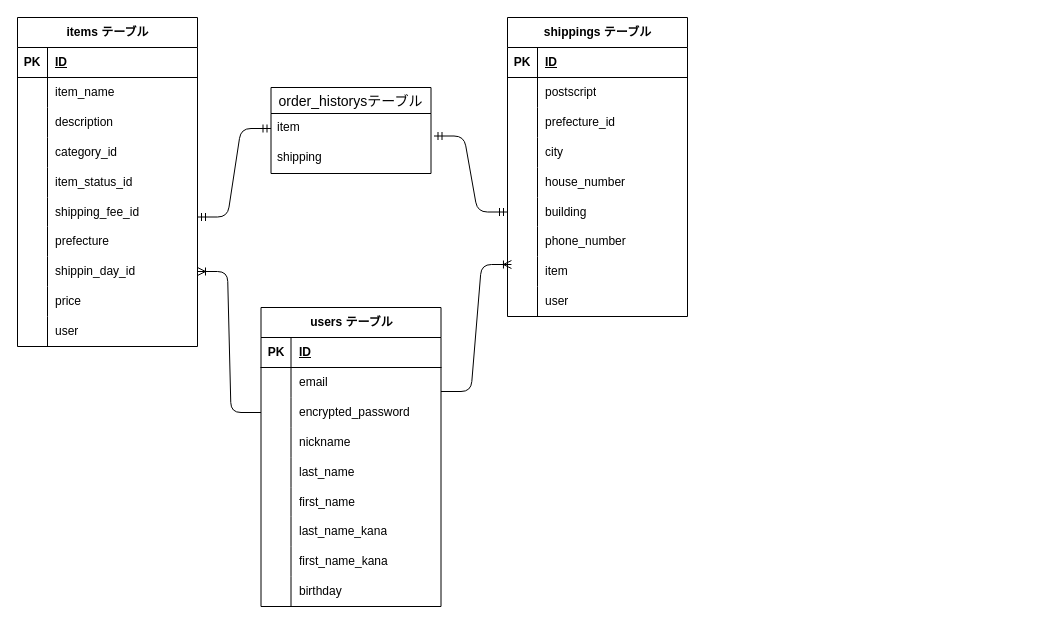
This is public/data_definition.dio from chako0630/furima-46548, a draw.io file, before an edit. Source tidied: cells renumbered, new cells numbered last; positions are measured from the earlier drawing's top-left corner, leaving out a move shared by most shapes. Both pictures are drawn from the tidied source at 100%, with x=0, y=0 at pixel (17, 17).
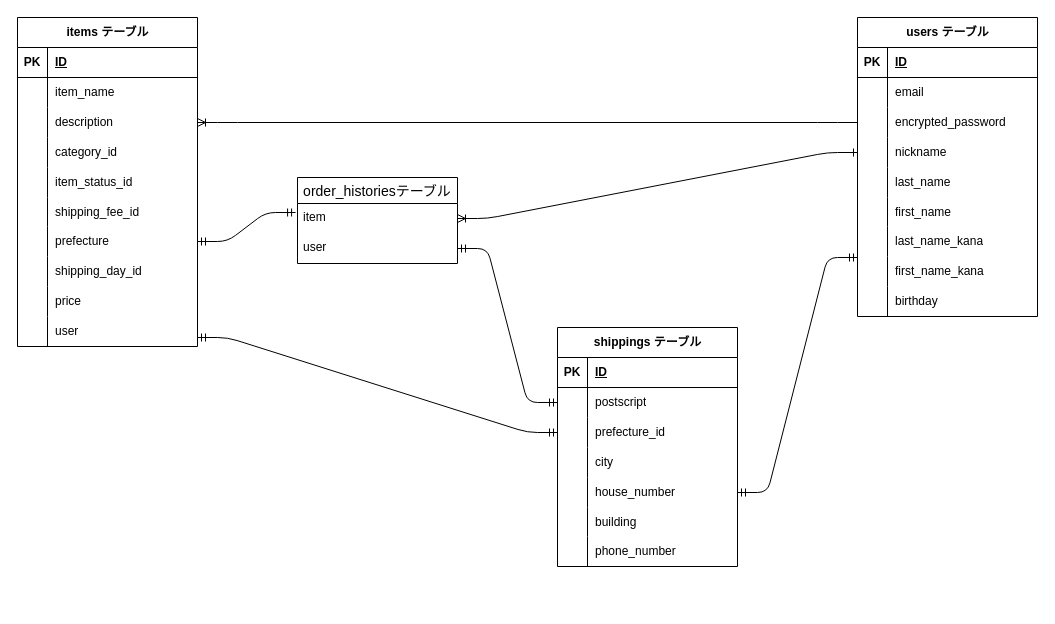
The same diagram, later.

The change refers to these unchanged cells:
```xml
<mxCell id="9" style="shape=tableRow;horizontal=0;startSize=0;swimlaneHead=0;swimlaneBody=0;fillColor=none;points=[[0,0.5],[1,0.5]];portConstraint=eastwest;top=0;left=0;right=0;bottom=0;" parent="2" vertex="1">
  <mxGeometry y="90" width="180" height="30" as="geometry" />
</mxCell>
<mxCell id="21" style="shape=tableRow;horizontal=0;startSize=0;swimlaneHead=0;swimlaneBody=0;fillColor=none;points=[[0,0.5],[1,0.5]];portConstraint=eastwest;top=0;left=0;right=0;bottom=0;" parent="2" vertex="1">
  <mxGeometry y="209" width="180" height="30" as="geometry" />
</mxCell>
<mxCell id="24" style="shape=tableRow;horizontal=0;startSize=0;swimlaneHead=0;swimlaneBody=0;fillColor=none;points=[[0,0.5],[1,0.5]];portConstraint=eastwest;top=0;left=0;right=0;bottom=0;" parent="2" vertex="1">
  <mxGeometry y="239" width="180" height="30" as="geometry" />
</mxCell>
<mxCell id="40" style="shape=tableRow;horizontal=0;startSize=0;swimlaneHead=0;swimlaneBody=0;fillColor=none;points=[[0,0.5],[1,0.5]];portConstraint=eastwest;top=0;left=0;right=0;bottom=0;" parent="33" vertex="1">
  <mxGeometry y="90" width="180" height="30" as="geometry" />
</mxCell>
<mxCell id="43" style="shape=tableRow;horizontal=0;startSize=0;swimlaneHead=0;swimlaneBody=0;fillColor=none;points=[[0,0.5],[1,0.5]];portConstraint=eastwest;top=0;left=0;right=0;bottom=0;" parent="33" vertex="1">
  <mxGeometry y="120" width="180" height="30" as="geometry" />
</mxCell>
<mxCell id="55" style="shape=tableRow;horizontal=0;startSize=0;swimlaneHead=0;swimlaneBody=0;fillColor=none;points=[[0,0.5],[1,0.5]];portConstraint=eastwest;top=0;left=0;right=0;bottom=0;" parent="33" vertex="1">
  <mxGeometry y="239" width="180" height="30" as="geometry" />
</mxCell>
<mxCell id="65" style="shape=tableRow;horizontal=0;startSize=0;swimlaneHead=0;swimlaneBody=0;fillColor=none;points=[[0,0.5],[1,0.5]];portConstraint=eastwest;top=0;left=0;right=0;bottom=0;" parent="61" vertex="1">
  <mxGeometry y="60" width="180" height="30" as="geometry" />
</mxCell>
<mxCell id="68" style="shape=tableRow;horizontal=0;startSize=0;swimlaneHead=0;swimlaneBody=0;fillColor=none;points=[[0,0.5],[1,0.5]];portConstraint=eastwest;top=0;left=0;right=0;bottom=0;" parent="61" vertex="1">
  <mxGeometry y="90" width="180" height="30" as="geometry" />
</mxCell>
<mxCell id="74" style="shape=tableRow;horizontal=0;startSize=0;swimlaneHead=0;swimlaneBody=0;fillColor=none;points=[[0,0.5],[1,0.5]];portConstraint=eastwest;top=0;left=0;right=0;bottom=0;" parent="61" vertex="1">
  <mxGeometry y="150" width="180" height="30" as="geometry" />
</mxCell>
<mxCell id="77" style="shape=tableRow;horizontal=0;startSize=0;swimlaneHead=0;swimlaneBody=0;fillColor=none;points=[[0,0.5],[1,0.5]];portConstraint=eastwest;top=0;left=0;right=0;bottom=0;" parent="61" vertex="1">
  <mxGeometry y="180" width="180" height="29" as="geometry" />
</mxCell>
<mxCell id="90" value="item" style="text;strokeColor=none;fillColor=none;spacingLeft=4;spacingRight=4;overflow=hidden;points=[[0,0.5],[1,0.5]];portConstraint=eastwest;fontSize=12;whiteSpace=wrap;html=1;" parent="89" vertex="1">
  <mxGeometry y="26" width="160" height="30" as="geometry" />
</mxCell>
```

Change to the diagram source:
```diff
@@
-    <mxCell id="26" value="shippin_day_id" style="shape=partialRectangle;fillColor=none;top=0;left=0;bottom=0;right=0;align=left;spacingLeft=6;overflow=hidden;whiteSpace=wrap;html=1;" parent="24" vertex="1">
+    <mxCell id="26" value="shipping_day_id" style="shape=partialRectangle;fillColor=none;top=0;left=0;bottom=0;right=0;align=left;spacingLeft=6;overflow=hidden;whiteSpace=wrap;html=1;" parent="24" vertex="1">
       <mxGeometry x="30" width="150" height="30" as="geometry" />
     </mxCell>
@@
     <mxCell id="33" value="users テーブル" style="shape=table;startSize=30;childLayout=tableLayout;rowLines=0;fontStyle=1;align=center;html=1;" parent="1" vertex="1">
-      <mxGeometry x="243.5" y="290" width="180" height="299" as="geometry" />
+      <mxGeometry x="840" width="180" height="299" as="geometry" />
     </mxCell>
@@
     <mxCell id="61" value="shippings テーブル" style="shape=table;startSize=30;childLayout=tableLayout;rowLines=0;fontStyle=1;align=center;html=1;" parent="1" vertex="1">
-      <mxGeometry x="490" width="180" height="299" as="geometry" />
+      <mxGeometry x="540" y="310" width="180" height="239" as="geometry" />
     </mxCell>
@@
-    <mxCell id="83" style="shape=tableRow;horizontal=0;startSize=0;swimlaneHead=0;swimlaneBody=0;fillColor=none;points=[[0,0.5],[1,0.5]];portConstraint=eastwest;top=0;left=0;right=0;bottom=0;" parent="61" vertex="1">
-      <mxGeometry y="239" width="180" height="30" as="geometry" />
-    </mxCell>
-    <mxCell id="84" style="shape=partialRectangle;fillColor=none;top=0;left=0;bottom=0;right=0;overflow=hidden;whiteSpace=wrap;html=1;" parent="83" vertex="1">
-      <mxGeometry width="30" height="30" as="geometry" />
-    </mxCell>
-    <mxCell id="85" value="item" style="shape=partialRectangle;fillColor=none;top=0;left=0;bottom=0;right=0;align=left;spacingLeft=6;overflow=hidden;whiteSpace=wrap;html=1;" parent="83" vertex="1">
-      <mxGeometry x="30" width="150" height="30" as="geometry" />
-    </mxCell>
-    <mxCell id="86" style="shape=tableRow;horizontal=0;startSize=0;swimlaneHead=0;swimlaneBody=0;fillColor=none;top=0;left=0;right=0;bottom=0;" parent="61" vertex="1">
-      <mxGeometry y="269" width="180" height="30" as="geometry" />
-    </mxCell>
-    <mxCell id="87" style="shape=partialRectangle;fillColor=none;top=0;left=0;bottom=0;right=0;overflow=hidden;whiteSpace=wrap;html=1;" parent="86" vertex="1">
-      <mxGeometry width="30" height="30" as="geometry" />
-    </mxCell>
-    <mxCell id="88" value="user" style="shape=partialRectangle;fillColor=none;top=0;left=0;bottom=0;right=0;align=left;spacingLeft=6;overflow=hidden;whiteSpace=wrap;html=1;" parent="86" vertex="1">
-      <mxGeometry x="30" width="150" height="30" as="geometry" />
-    </mxCell>
-    <mxCell id="89" value="order_historysテーブル" style="swimlane;fontStyle=0;horizontal=1;startSize=26;align=center;fontSize=14;" parent="1" vertex="1">
-      <mxGeometry x="253.5" y="70" width="160" height="86" as="geometry" />
+    <mxCell id="89" value="order_historiesテーブル" style="swimlane;fontStyle=0;horizontal=1;startSize=26;align=center;fontSize=14;" parent="1" vertex="1">
+      <mxGeometry x="280" y="160" width="160" height="86" as="geometry" />
     </mxCell>
@@
-    <mxCell id="91" value="shipping" style="text;strokeColor=none;fillColor=none;spacingLeft=4;spacingRight=4;overflow=hidden;points=[[0,0.5],[1,0.5]];portConstraint=eastwest;fontSize=12;whiteSpace=wrap;html=1;" parent="89" vertex="1">
+    <mxCell id="91" value="user" style="text;strokeColor=none;fillColor=none;spacingLeft=4;spacingRight=4;overflow=hidden;points=[[0,0.5],[1,0.5]];portConstraint=eastwest;fontSize=12;whiteSpace=wrap;html=1;" parent="89" vertex="1">
       <mxGeometry y="56" width="160" height="30" as="geometry" />
     </mxCell>
-    <mxCell id="92" style="edgeStyle=entityRelationEdgeStyle;fontSize=12;html=1;endArrow=ERoneToMany;exitX=0;exitY=0.5;exitDx=0;exitDy=0;" parent="1" edge="1" source="40" target="24">
+    <mxCell id="92" style="edgeStyle=entityRelationEdgeStyle;fontSize=12;html=1;endArrow=ERoneToMany;exitX=0;exitY=0.5;exitDx=0;exitDy=0;entryX=1;entryY=0.5;entryDx=0;entryDy=0;" parent="1" edge="1" source="40" target="9">
       <mxGeometry relative="1" as="geometry" />
     </mxCell>
-    <mxCell id="93" style="edgeStyle=entityRelationEdgeStyle;fontSize=12;html=1;endArrow=ERoneToMany;entryX=0.022;entryY=0.267;entryDx=0;entryDy=0;entryPerimeter=0;" parent="1" edge="1" target="83">
-      <mxGeometry relative="1" as="geometry">
-        <mxPoint x="423.5" y="374" as="sourcePoint" />
-      </mxGeometry>
+    <mxCell id="93" style="edgeStyle=entityRelationEdgeStyle;fontSize=12;html=1;endArrow=ERone;entryX=0;entryY=0.5;entryDx=0;entryDy=0;startArrow=ERoneToMany;startFill=0;endFill=0;exitX=1;exitY=0.5;exitDx=0;exitDy=0;" parent="1" edge="1" source="90" target="43">
+      <mxGeometry relative="1" as="geometry" />
     </mxCell>
-    <mxCell id="94" style="edgeStyle=entityRelationEdgeStyle;fontSize=12;html=1;endArrow=ERmandOne;startArrow=ERmandOne;entryX=0;entryY=0.5;entryDx=0;entryDy=0;" parent="1" edge="1" target="90">
-      <mxGeometry relative="1" as="geometry">
-        <mxPoint x="180" y="199.5" as="sourcePoint" />
-      </mxGeometry>
+    <mxCell id="94" style="edgeStyle=entityRelationEdgeStyle;fontSize=12;html=1;endArrow=ERmandOne;startArrow=ERmandOne;entryX=-0.012;entryY=0.3;entryDx=0;entryDy=0;entryPerimeter=0;exitX=1;exitY=0.5;exitDx=0;exitDy=0;" parent="1" edge="1" source="21" target="90">
+      <mxGeometry relative="1" as="geometry" />
     </mxCell>
-    <mxCell id="95" style="edgeStyle=entityRelationEdgeStyle;fontSize=12;html=1;endArrow=ERmandOne;startArrow=ERmandOne;entryX=0;entryY=0.5;entryDx=0;entryDy=0;" parent="1" edge="1" target="77">
-      <mxGeometry relative="1" as="geometry">
-        <mxPoint x="416.5" y="118.5" as="sourcePoint" />
-      </mxGeometry>
+    <mxCell id="95" style="edgeStyle=entityRelationEdgeStyle;fontSize=12;html=1;endArrow=ERmandOne;startArrow=ERmandOne;entryX=1;entryY=0.5;entryDx=0;entryDy=0;exitX=0;exitY=0.033;exitDx=0;exitDy=0;exitPerimeter=0;" parent="1" edge="1" source="55" target="74">
+      <mxGeometry relative="1" as="geometry" />
     </mxCell>
+    <mxCell id="96" style="edgeStyle=entityRelationEdgeStyle;fontSize=12;html=1;endArrow=ERmandOne;startArrow=ERmandOne;entryX=0;entryY=0.5;entryDx=0;entryDy=0;" parent="1" edge="1" target="68">
+      <mxGeometry relative="1" as="geometry">
+        <mxPoint x="180" y="320" as="sourcePoint" />
+      </mxGeometry>
+    </mxCell>
+    <mxCell id="97" style="edgeStyle=entityRelationEdgeStyle;fontSize=12;html=1;endArrow=ERmandOne;startArrow=ERmandOne;entryX=0;entryY=0.5;entryDx=0;entryDy=0;exitX=1;exitY=0.5;exitDx=0;exitDy=0;" parent="1" edge="1" source="91" target="65">
+      <mxGeometry relative="1" as="geometry" />
+    </mxCell>
```
